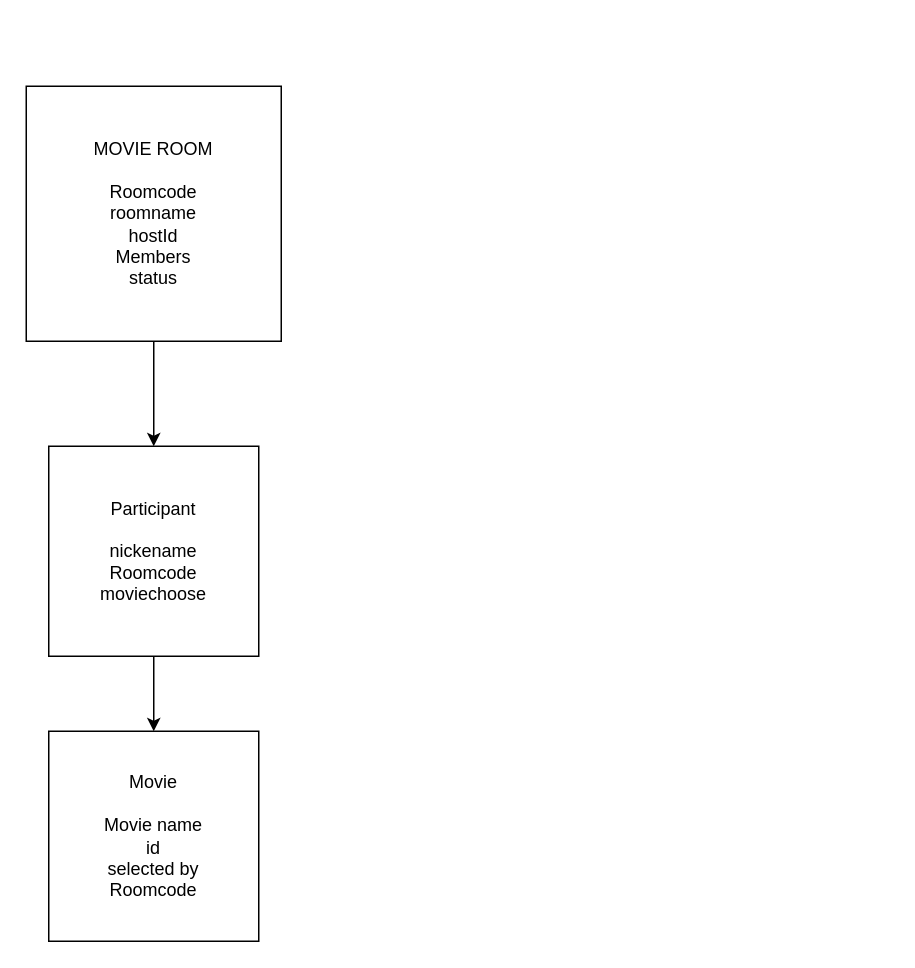
aymansiddiqui2006/MoviePicker keeps this draw.io diagram as Maps/mainFlow.dio. Above is the earlier version. Source tidied: cells renumbered, new cells numbered last; positions are measured from the earlier drawing's top-left corner, leaving out a move shared by most shapes. Both pictures are drawn from the tidied source at 150%, with x=0, y=0 at pixel (26, 86).
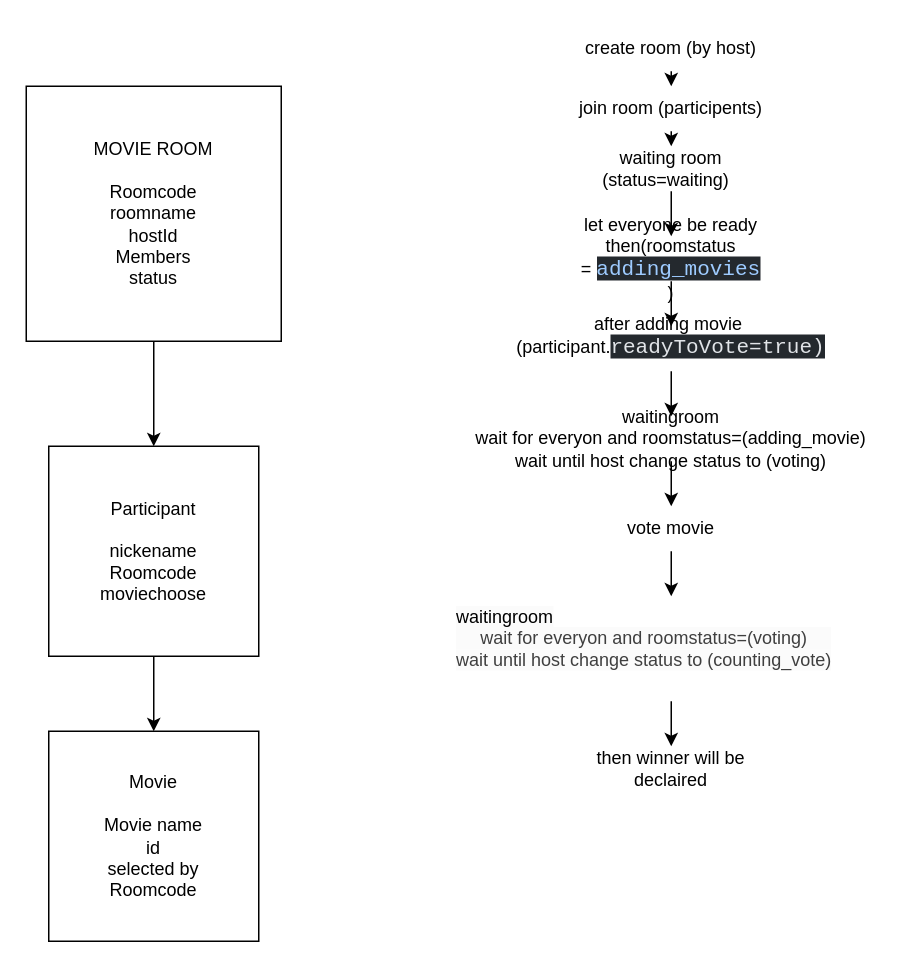
Above is the later version.

Commit message (it also covers changes not shown here):
how the flow of the app , and how it will work

The edit, as a diff of the source:
```diff
@@
+    <mxCell id="7" style="edgeStyle=none;html=1;" parent="1" edge="1" source="8" target="10">
+      <mxGeometry relative="1" as="geometry" />
+    </mxCell>
+    <mxCell id="8" value="create room (by host)" style="text;html=1;align=center;verticalAlign=middle;whiteSpace=wrap;rounded=0;" parent="1" vertex="1">
+      <mxGeometry x="360" y="-40" width="140" height="30" as="geometry" />
+    </mxCell>
+    <mxCell id="9" style="edgeStyle=none;html=1;" parent="1" edge="1" source="10" target="12">
+      <mxGeometry relative="1" as="geometry" />
+    </mxCell>
+    <mxCell id="10" value="join room (participents)" style="text;html=1;align=center;verticalAlign=middle;whiteSpace=wrap;rounded=0;" parent="1" vertex="1">
+      <mxGeometry x="360" width="140" height="30" as="geometry" />
+    </mxCell>
+    <mxCell id="11" style="edgeStyle=none;html=1;" parent="1" edge="1" source="12" target="14">
+      <mxGeometry relative="1" as="geometry" />
+    </mxCell>
+    <mxCell id="12" value="waiting room (status=waiting)&amp;nbsp;&amp;nbsp;" style="text;html=1;align=center;verticalAlign=middle;whiteSpace=wrap;rounded=0;" parent="1" vertex="1">
+      <mxGeometry x="360" y="40" width="140" height="30" as="geometry" />
+    </mxCell>
+    <mxCell id="13" style="edgeStyle=none;html=1;" parent="1" edge="1" source="14" target="16">
+      <mxGeometry relative="1" as="geometry" />
+    </mxCell>
+    <mxCell id="14" value="&lt;span style=&quot;color: rgb(0, 0, 0);&quot;&gt;let everyone be ready then(roomstatus =&amp;nbsp;&lt;span style=&quot;color: rgb(158, 203, 255); background-color: rgb(36, 41, 46); font-family: Consolas, &amp;quot;Courier New&amp;quot;, monospace; font-size: 14px; white-space: pre;&quot;&gt;adding_movies&lt;/span&gt;&lt;br&gt;&lt;/span&gt;&lt;span style=&quot;background-color: transparent;&quot;&gt;)&lt;/span&gt;" style="text;html=1;align=center;verticalAlign=middle;whiteSpace=wrap;rounded=0;" parent="1" vertex="1">
+      <mxGeometry x="360" y="100" width="140" height="30" as="geometry" />
+    </mxCell>
+    <mxCell id="15" style="edgeStyle=none;html=1;" parent="1" edge="1" source="16" target="21">
+      <mxGeometry relative="1" as="geometry" />
+    </mxCell>
+    <mxCell id="16" value="after adding movie&amp;nbsp;&lt;div&gt;(participant.&lt;span style=&quot;color: rgb(225, 228, 232); background-color: rgb(36, 41, 46); font-family: Consolas, &amp;quot;Courier New&amp;quot;, monospace; font-size: 14px; white-space: pre;&quot;&gt;readyToVote=true)&lt;/span&gt;&lt;/div&gt;&lt;div&gt;&lt;span style=&quot;color: rgb(225, 228, 232); background-color: rgb(36, 41, 46); font-family: Consolas, &amp;quot;Courier New&amp;quot;, monospace; font-size: 14px; white-space: pre;&quot;&gt;&lt;br&gt;&lt;/span&gt;&lt;/div&gt;" style="text;html=1;align=center;verticalAlign=middle;whiteSpace=wrap;rounded=0;" parent="1" vertex="1">
+      <mxGeometry x="360" y="160" width="140" height="30" as="geometry" />
+    </mxCell>
+    <mxCell id="17" value="then winner will be declaired" style="text;html=1;align=center;verticalAlign=middle;whiteSpace=wrap;rounded=0;" parent="1" vertex="1">
+      <mxGeometry x="360" y="440" width="140" height="30" as="geometry" />
+    </mxCell>
+    <mxCell id="18" style="edgeStyle=none;html=1;" parent="1" edge="1" source="19" target="23">
+      <mxGeometry relative="1" as="geometry" />
+    </mxCell>
+    <mxCell id="19" value="vote movie" style="text;html=1;align=center;verticalAlign=middle;whiteSpace=wrap;rounded=0;" parent="1" vertex="1">
+      <mxGeometry x="360" y="280" width="140" height="30" as="geometry" />
+    </mxCell>
+    <mxCell id="20" style="edgeStyle=none;html=1;" parent="1" edge="1" source="21" target="19">
+      <mxGeometry relative="1" as="geometry" />
+    </mxCell>
+    <mxCell id="21" value="waitingroom&lt;div&gt;wait for everyon and roomstatus=(adding_movie)&lt;/div&gt;&lt;div&gt;wait until host change status to (voting)&lt;/div&gt;" style="text;html=1;align=center;verticalAlign=middle;whiteSpace=wrap;rounded=0;" parent="1" vertex="1">
+      <mxGeometry x="290" y="220" width="280" height="30" as="geometry" />
+    </mxCell>
+    <mxCell id="22" style="edgeStyle=none;html=1;" parent="1" edge="1" source="23" target="17">
+      <mxGeometry relative="1" as="geometry" />
+    </mxCell>
+    <mxCell id="23" value="&lt;span style=&quot;color: rgb(0, 0, 0); font-family: Helvetica; font-size: 12px; font-style: normal; font-variant-ligatures: normal; font-variant-caps: normal; font-weight: 400; letter-spacing: normal; orphans: 2; text-align: center; text-indent: 0px; text-transform: none; widows: 2; word-spacing: 0px; -webkit-text-stroke-width: 0px; white-space: normal; background-color: rgb(251, 251, 251); text-decoration-thickness: initial; text-decoration-style: initial; text-decoration-color: initial; float: none; display: inline !important;&quot;&gt;waitingroom&lt;/span&gt;&lt;div style=&quot;forced-color-adjust: none; color: rgb(63, 63, 63); scrollbar-color: rgb(226, 226, 226) rgb(251, 251, 251); font-family: Helvetica; font-size: 12px; font-style: normal; font-variant-ligatures: normal; font-variant-caps: normal; font-weight: 400; letter-spacing: normal; orphans: 2; text-align: center; text-indent: 0px; text-transform: none; widows: 2; word-spacing: 0px; -webkit-text-stroke-width: 0px; white-space: normal; background-color: rgb(251, 251, 251); text-decoration-thickness: initial; text-decoration-style: initial; text-decoration-color: initial;&quot;&gt;wait for everyon and roomstatus=(voting)&lt;/div&gt;&lt;div style=&quot;forced-color-adjust: none; color: rgb(63, 63, 63); scrollbar-color: rgb(226, 226, 226) rgb(251, 251, 251); font-family: Helvetica; font-size: 12px; font-style: normal; font-variant-ligatures: normal; font-variant-caps: normal; font-weight: 400; letter-spacing: normal; orphans: 2; text-align: center; text-indent: 0px; text-transform: none; widows: 2; word-spacing: 0px; -webkit-text-stroke-width: 0px; white-space: normal; background-color: rgb(251, 251, 251); text-decoration-thickness: initial; text-decoration-style: initial; text-decoration-color: initial;&quot;&gt;wait until host change status to (counting_vote)&lt;/div&gt;" style="text;whiteSpace=wrap;html=1;" parent="1" vertex="1">
+      <mxGeometry x="285" y="340" width="290" height="70" as="geometry" />
+    </mxCell>
```
